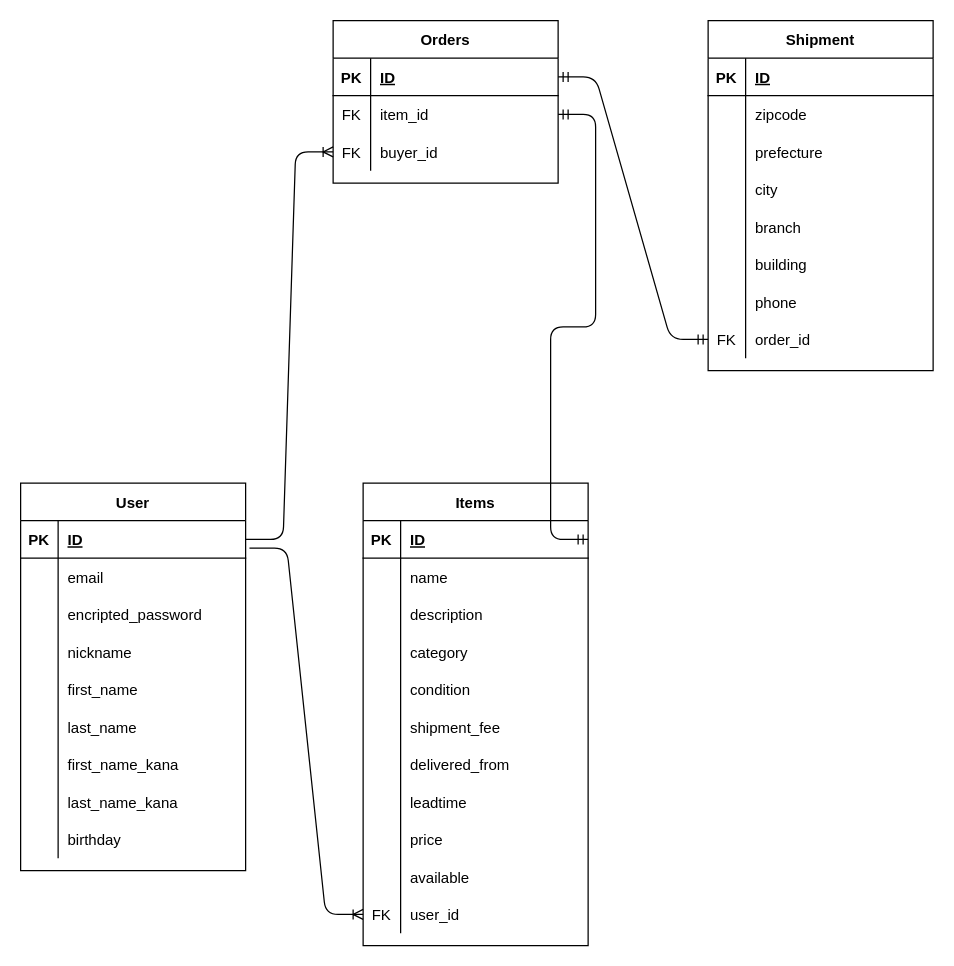
This is db.dio from KotaMorimoto/furima-37750, a draw.io file, before an edit. Source tidied: cells renumbered, new cells numbered last; positions are measured from the earlier drawing's top-left corner, leaving out a move shared by most shapes. Both pictures are drawn from the tidied source at 125%, with x=0, y=0 at pixel (20, 20).
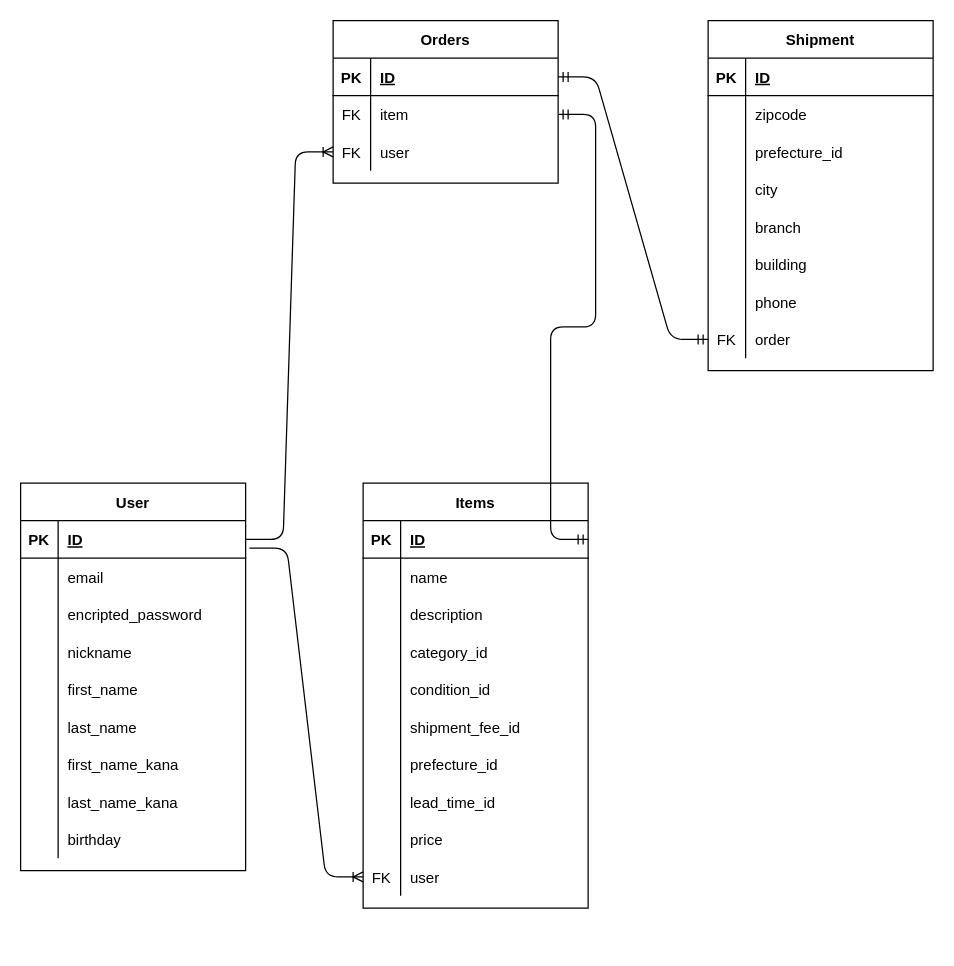
The same page after the edit.

Commit message (it also covers changes not shown here):
コメント内容の修正

The change refers to these unchanged cells:
```xml
<mxCell id="40" style="shape=partialRectangle;fillColor=none;top=0;left=0;bottom=0;right=0;" parent="30" vertex="1">
  <mxGeometry y="120" width="180" height="30" as="geometry" />
</mxCell>
<mxCell id="43" style="shape=partialRectangle;fillColor=none;top=0;left=0;bottom=0;right=0;" parent="30" vertex="1">
  <mxGeometry y="150" width="180" height="30" as="geometry" />
</mxCell>
<mxCell id="46" style="shape=partialRectangle;fillColor=none;top=0;left=0;bottom=0;right=0;" parent="30" vertex="1">
  <mxGeometry y="180" width="180" height="30" as="geometry" />
</mxCell>
<mxCell id="49" style="shape=partialRectangle;fillColor=none;top=0;left=0;bottom=0;right=0;" parent="30" vertex="1">
  <mxGeometry y="210" width="180" height="30" as="geometry" />
</mxCell>
<mxCell id="52" style="shape=partialRectangle;fillColor=none;top=0;left=0;bottom=0;right=0;" parent="30" vertex="1">
  <mxGeometry y="240" width="180" height="30" as="geometry" />
</mxCell>
<mxCell id="68" style="shape=partialRectangle;fillColor=none;top=0;left=0;bottom=0;right=0;points=[[0,0.5],[1,0.5]];portConstraint=eastwest;" parent="64" vertex="1">
  <mxGeometry y="60" width="180" height="30" as="geometry" />
</mxCell>
<mxCell id="71" style="shape=partialRectangle;fillColor=none;top=0;left=0;bottom=0;right=0;points=[[0,0.5],[1,0.5]];portConstraint=eastwest;" parent="64" vertex="1">
  <mxGeometry y="90" width="180" height="30" as="geometry" />
</mxCell>
<mxCell id="81" style="shape=partialRectangle;fillColor=none;top=0;left=0;bottom=0;right=0;" parent="74" vertex="1">
  <mxGeometry y="90" width="180" height="30" as="geometry" />
</mxCell>
<mxCell id="96" style="shape=partialRectangle;fillColor=none;top=0;left=0;bottom=0;right=0;points=[[0,0.5],[1,0.5]];portConstraint=eastwest;" parent="74" vertex="1">
  <mxGeometry y="240" width="180" height="30" as="geometry" />
</mxCell>
```

The edit, as a diff of the source:
```diff
@@
     <mxCell id="30" value="Items" style="shape=table;startSize=30;childLayout=tableLayout;rowLines=0;fontStyle=1;align=center;" parent="1" vertex="1">
-      <mxGeometry x="274" y="370" width="180" height="370" as="geometry" />
+      <mxGeometry x="274" y="370" width="180" height="340" as="geometry" />
     </mxCell>
@@
-    <mxCell id="42" value="category" style="shape=partialRectangle;fillColor=none;top=0;left=0;bottom=0;right=0;align=left;spacingLeft=6;overflow=hidden;" parent="40" vertex="1">
+    <mxCell id="42" value="category_id" style="shape=partialRectangle;fillColor=none;top=0;left=0;bottom=0;right=0;align=left;spacingLeft=6;overflow=hidden;" parent="40" vertex="1">
       <mxGeometry x="30" width="150" height="30" as="geometry" />
     </mxCell>
@@
-    <mxCell id="45" value="condition" style="shape=partialRectangle;fillColor=none;top=0;left=0;bottom=0;right=0;align=left;spacingLeft=6;overflow=hidden;" parent="43" vertex="1">
+    <mxCell id="45" value="condition_id" style="shape=partialRectangle;fillColor=none;top=0;left=0;bottom=0;right=0;align=left;spacingLeft=6;overflow=hidden;" parent="43" vertex="1">
       <mxGeometry x="30" width="150" height="30" as="geometry" />
     </mxCell>
@@
-    <mxCell id="48" value="shipment_fee" style="shape=partialRectangle;fillColor=none;top=0;left=0;bottom=0;right=0;align=left;spacingLeft=6;overflow=hidden;" parent="46" vertex="1">
+    <mxCell id="48" value="shipment_fee_id" style="shape=partialRectangle;fillColor=none;top=0;left=0;bottom=0;right=0;align=left;spacingLeft=6;overflow=hidden;" parent="46" vertex="1">
       <mxGeometry x="30" width="150" height="30" as="geometry" />
     </mxCell>
@@
-    <mxCell id="51" value="delivered_from" style="shape=partialRectangle;fillColor=none;top=0;left=0;bottom=0;right=0;align=left;spacingLeft=6;overflow=hidden;" parent="49" vertex="1">
+    <mxCell id="51" value="prefecture_id" style="shape=partialRectangle;fillColor=none;top=0;left=0;bottom=0;right=0;align=left;spacingLeft=6;overflow=hidden;" parent="49" vertex="1">
       <mxGeometry x="30" width="150" height="30" as="geometry" />
     </mxCell>
@@
-    <mxCell id="54" value="leadtime" style="shape=partialRectangle;fillColor=none;top=0;left=0;bottom=0;right=0;align=left;spacingLeft=6;overflow=hidden;" parent="52" vertex="1">
+    <mxCell id="54" value="lead_time_id" style="shape=partialRectangle;fillColor=none;top=0;left=0;bottom=0;right=0;align=left;spacingLeft=6;overflow=hidden;" parent="52" vertex="1">
       <mxGeometry x="30" width="150" height="30" as="geometry" />
     </mxCell>
@@
-    <mxCell id="58" style="shape=partialRectangle;fillColor=none;top=0;left=0;bottom=0;right=0;" parent="30" vertex="1">
-      <mxGeometry y="300" width="180" height="30" as="geometry" />
-    </mxCell>
-    <mxCell id="59" style="shape=partialRectangle;fillColor=none;top=0;left=0;bottom=0;right=0;overflow=hidden;" parent="58" vertex="1">
-      <mxGeometry width="30" height="30" as="geometry" />
-    </mxCell>
-    <mxCell id="60" value="available" style="shape=partialRectangle;fillColor=none;top=0;left=0;bottom=0;right=0;align=left;spacingLeft=6;overflow=hidden;" parent="58" vertex="1">
-      <mxGeometry x="30" width="150" height="30" as="geometry" />
-    </mxCell>
     <mxCell id="61" style="shape=partialRectangle;fillColor=none;top=0;left=0;bottom=0;right=0;points=[[0,0.5],[1,0.5]];portConstraint=eastwest;" parent="30" vertex="1">
-      <mxGeometry y="330" width="180" height="30" as="geometry" />
+      <mxGeometry y="300" width="180" height="30" as="geometry" />
     </mxCell>
@@
-    <mxCell id="63" value="user_id" style="shape=partialRectangle;fillColor=none;top=0;left=0;bottom=0;right=0;align=left;spacingLeft=6;overflow=hidden;" parent="61" vertex="1">
+    <mxCell id="63" value="user" style="shape=partialRectangle;fillColor=none;top=0;left=0;bottom=0;right=0;align=left;spacingLeft=6;overflow=hidden;" parent="61" vertex="1">
       <mxGeometry x="30" width="150" height="30" as="geometry" />
     </mxCell>
@@
-    <mxCell id="70" value="item_id" style="shape=partialRectangle;fillColor=none;top=0;left=0;bottom=0;right=0;align=left;spacingLeft=6;overflow=hidden;" parent="68" vertex="1">
+    <mxCell id="70" value="item" style="shape=partialRectangle;fillColor=none;top=0;left=0;bottom=0;right=0;align=left;spacingLeft=6;overflow=hidden;" parent="68" vertex="1">
       <mxGeometry x="30" width="150" height="30" as="geometry" />
     </mxCell>
@@
-    <mxCell id="73" value="buyer_id" style="shape=partialRectangle;fillColor=none;top=0;left=0;bottom=0;right=0;align=left;spacingLeft=6;overflow=hidden;" parent="71" vertex="1">
+    <mxCell id="73" value="user" style="shape=partialRectangle;fillColor=none;top=0;left=0;bottom=0;right=0;align=left;spacingLeft=6;overflow=hidden;" parent="71" vertex="1">
       <mxGeometry x="30" width="150" height="30" as="geometry" />
     </mxCell>
@@
-    <mxCell id="83" value="prefecture" style="shape=partialRectangle;fillColor=none;top=0;left=0;bottom=0;right=0;align=left;spacingLeft=6;overflow=hidden;" parent="81" vertex="1">
+    <mxCell id="83" value="prefecture_id" style="shape=partialRectangle;fillColor=none;top=0;left=0;bottom=0;right=0;align=left;spacingLeft=6;overflow=hidden;" parent="81" vertex="1">
       <mxGeometry x="30" width="150" height="30" as="geometry" />
     </mxCell>
@@
-    <mxCell id="98" value="order_id" style="shape=partialRectangle;fillColor=none;top=0;left=0;bottom=0;right=0;align=left;spacingLeft=6;overflow=hidden;" parent="96" vertex="1">
+    <mxCell id="98" value="order" style="shape=partialRectangle;fillColor=none;top=0;left=0;bottom=0;right=0;align=left;spacingLeft=6;overflow=hidden;" parent="96" vertex="1">
       <mxGeometry x="30" width="150" height="30" as="geometry" />
     </mxCell>
```
